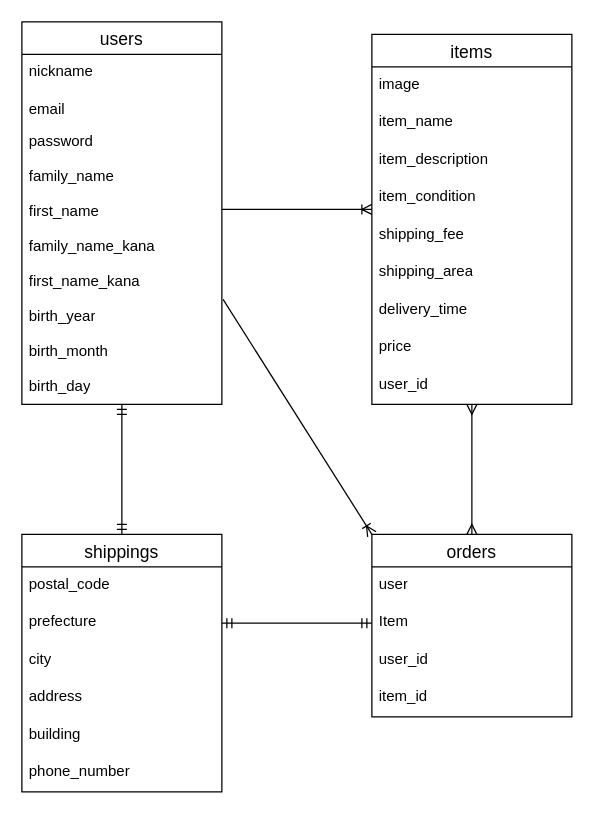
peach126/furima-42112 keeps this draw.io diagram as config/furima.dio. Above is the earlier version. Source tidied: cells renumbered, new cells numbered last; positions are measured from the earlier drawing's top-left corner, leaving out a move shared by most shapes. Both pictures are drawn from the tidied source at 125%, with x=0, y=0 at pixel (21, 21).
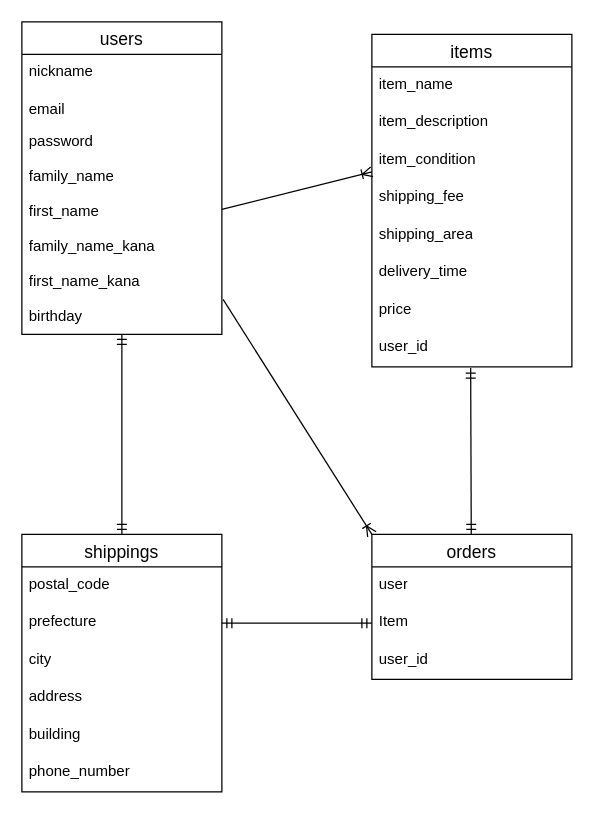
The same page after the edit.

Commit message (it also covers changes not shown here):
データベース設計＃3修正

Unchanged cells that the change refers to:
```xml
<mxCell id="28" value="shippings" style="swimlane;fontStyle=0;horizontal=1;startSize=26;align=center;fontSize=14;" parent="1" vertex="1">
  <mxGeometry y="410" width="160" height="206" as="geometry" />
</mxCell>
```

Diff of the diagram source:
```diff
@@
     <mxCell id="2" value="items" style="swimlane;fontStyle=0;horizontal=1;startSize=26;align=center;fontSize=14;" parent="1" vertex="1">
-      <mxGeometry x="280" y="10" width="160" height="296" as="geometry" />
+      <mxGeometry x="280" y="10" width="160" height="266" as="geometry" />
     </mxCell>
-    <mxCell id="3" value="image" style="text;strokeColor=none;fillColor=none;spacingLeft=4;spacingRight=4;overflow=hidden;fontSize=12;whiteSpace=wrap;html=1;" parent="2" vertex="1">
-      <mxGeometry y="26" width="160" height="30" as="geometry" />
-    </mxCell>
     <mxCell id="4" value="item_name" style="text;strokeColor=none;fillColor=none;spacingLeft=4;spacingRight=4;overflow=hidden;fontSize=12;whiteSpace=wrap;html=1;" parent="2" vertex="1">
-      <mxGeometry y="56" width="160" height="30" as="geometry" />
+      <mxGeometry y="26" width="160" height="30" as="geometry" />
     </mxCell>
     <mxCell id="5" value="item_description" style="text;strokeColor=none;fillColor=none;spacingLeft=4;spacingRight=4;overflow=hidden;fontSize=12;whiteSpace=wrap;html=1;" parent="2" vertex="1">
-      <mxGeometry y="86" width="160" height="30" as="geometry" />
+      <mxGeometry y="56" width="160" height="30" as="geometry" />
     </mxCell>
     <mxCell id="6" value="item_condition" style="text;strokeColor=none;fillColor=none;spacingLeft=4;spacingRight=4;overflow=hidden;points=[[0,0.5],[1,0.5]];portConstraint=eastwest;fontSize=12;whiteSpace=wrap;html=1;" parent="2" vertex="1">
-      <mxGeometry y="116" width="160" height="30" as="geometry" />
+      <mxGeometry y="86" width="160" height="30" as="geometry" />
     </mxCell>
     <mxCell id="7" value="shipping_fee" style="text;strokeColor=none;fillColor=none;spacingLeft=4;spacingRight=4;overflow=hidden;fontSize=12;whiteSpace=wrap;html=1;" parent="2" vertex="1">
-      <mxGeometry y="146" width="160" height="30" as="geometry" />
+      <mxGeometry y="116" width="160" height="30" as="geometry" />
     </mxCell>
     <mxCell id="8" value="&lt;span style=&quot;color: rgb(0, 0, 0);&quot;&gt;shipping_&lt;/span&gt;area" style="text;strokeColor=none;fillColor=none;spacingLeft=4;spacingRight=4;overflow=hidden;fontSize=12;whiteSpace=wrap;html=1;" parent="2" vertex="1">
-      <mxGeometry y="176" width="160" height="30" as="geometry" />
+      <mxGeometry y="146" width="160" height="30" as="geometry" />
     </mxCell>
     <mxCell id="9" value="&lt;span style=&quot;color: rgb(0, 0, 0);&quot;&gt;delivery_time&lt;/span&gt;" style="text;strokeColor=none;fillColor=none;spacingLeft=4;spacingRight=4;overflow=hidden;fontSize=12;whiteSpace=wrap;html=1;" parent="2" vertex="1">
-      <mxGeometry y="206" width="160" height="30" as="geometry" />
+      <mxGeometry y="176" width="160" height="30" as="geometry" />
     </mxCell>
     <mxCell id="10" value="price" style="text;strokeColor=none;fillColor=none;spacingLeft=4;spacingRight=4;overflow=hidden;fontSize=12;whiteSpace=wrap;html=1;" parent="2" vertex="1">
-      <mxGeometry y="236" width="160" height="30" as="geometry" />
+      <mxGeometry y="206" width="160" height="30" as="geometry" />
     </mxCell>
     <mxCell id="11" value="user_id" style="text;strokeColor=none;fillColor=none;spacingLeft=4;spacingRight=4;overflow=hidden;points=[[0,0.5],[1,0.5]];portConstraint=eastwest;fontSize=12;whiteSpace=wrap;html=1;" parent="2" vertex="1">
-      <mxGeometry y="266" width="160" height="30" as="geometry" />
+      <mxGeometry y="236" width="160" height="30" as="geometry" />
     </mxCell>
     <mxCell id="12" value="users" style="swimlane;fontStyle=0;horizontal=1;startSize=26;align=center;fontSize=14;" parent="1" vertex="1">
-      <mxGeometry width="160" height="306" as="geometry" />
+      <mxGeometry width="160" height="250" as="geometry" />
     </mxCell>
@@
-    <mxCell id="20" value="birth_year" style="text;strokeColor=none;fillColor=none;spacingLeft=4;spacingRight=4;overflow=hidden;fontSize=12;whiteSpace=wrap;html=1;" parent="12" vertex="1">
+    <mxCell id="20" value="birthday" style="text;strokeColor=none;fillColor=none;spacingLeft=4;spacingRight=4;overflow=hidden;fontSize=12;whiteSpace=wrap;html=1;" parent="12" vertex="1">
       <mxGeometry y="222" width="160" height="28" as="geometry" />
     </mxCell>
-    <mxCell id="21" value="birth_month" style="text;strokeColor=none;fillColor=none;spacingLeft=4;spacingRight=4;overflow=hidden;fontSize=12;whiteSpace=wrap;html=1;" parent="12" vertex="1">
-      <mxGeometry y="250" width="160" height="28" as="geometry" />
-    </mxCell>
-    <mxCell id="22" value="birth_day" style="text;strokeColor=none;fillColor=none;spacingLeft=4;spacingRight=4;overflow=hidden;points=[[0,0.5],[1,0.5]];portConstraint=eastwest;fontSize=12;whiteSpace=wrap;html=1;" parent="12" vertex="1">
-      <mxGeometry y="278" width="160" height="28" as="geometry" />
-    </mxCell>
     <mxCell id="23" value="orders" style="swimlane;fontStyle=0;horizontal=1;startSize=26;align=center;fontSize=14;" parent="1" vertex="1">
-      <mxGeometry x="280" y="410" width="160" height="146" as="geometry" />
+      <mxGeometry x="280" y="410" width="160" height="116" as="geometry" />
     </mxCell>
@@
-    <mxCell id="27" value="item_id" style="text;strokeColor=none;fillColor=none;spacingLeft=4;spacingRight=4;overflow=hidden;fontSize=12;whiteSpace=wrap;html=1;" parent="23" vertex="1">
-      <mxGeometry y="116" width="160" height="30" as="geometry" />
-    </mxCell>
@@
-    <mxCell id="35" style="fontSize=12;html=1;endArrow=ERmandOne;startArrow=ERmandOne;exitX=0.5;exitY=1;exitDx=0;exitDy=0;exitPerimeter=0;entryX=0.5;entryY=0;entryDx=0;entryDy=0;" parent="1" edge="1" source="22" target="28">
-      <mxGeometry relative="1" as="geometry" />
+    <mxCell id="35" style="fontSize=12;html=1;endArrow=ERmandOne;startArrow=ERmandOne;entryX=0.5;entryY=0;entryDx=0;entryDy=0;" parent="1" edge="1" target="28">
+      <mxGeometry relative="1" as="geometry">
+        <mxPoint x="80" y="250" as="sourcePoint" />
+      </mxGeometry>
     </mxCell>
@@
-    <mxCell id="39" style="fontSize=12;html=1;endArrow=ERmany;startArrow=ERmany;entryX=0.5;entryY=1;entryDx=0;entryDy=0;entryPerimeter=0;exitX=0.5;exitY=0;exitDx=0;exitDy=0;" parent="1" edge="1" source="23" target="11">
-      <mxGeometry relative="1" as="geometry" />
-    </mxCell>
+    <mxCell id="40" style="fontSize=12;html=1;endArrow=ERmandOne;startArrow=ERmandOne;entryX=0.5;entryY=0;entryDx=0;entryDy=0;exitX=0.494;exitY=1.033;exitDx=0;exitDy=0;exitPerimeter=0;" parent="1" edge="1" source="11">
+      <mxGeometry relative="1" as="geometry">
+        <mxPoint x="359.5" y="410" as="targetPoint" />
+      </mxGeometry>
+    </mxCell>
```
